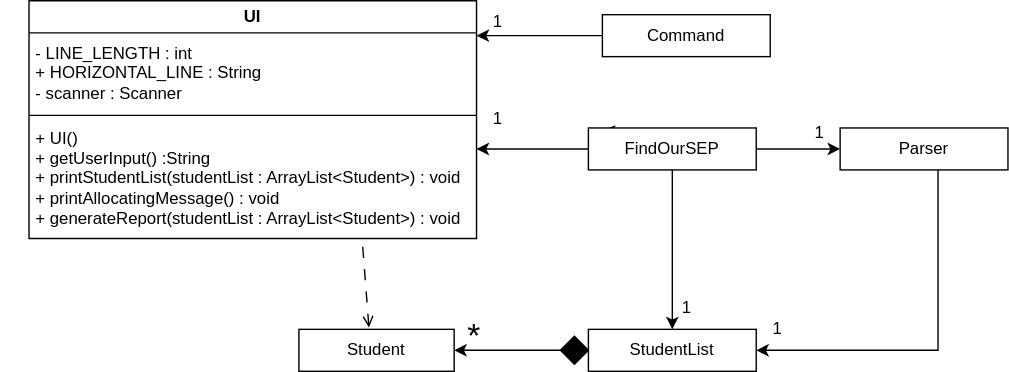
Earlier version of the draw.io export docs/UML_Diagrams/UIClass.drawio.svg (paulktham/tp). Source tidied: cells renumbered, new cells last; positions are measured from the earlier drawing's top-left corner, leaving out a move shared by most shapes.
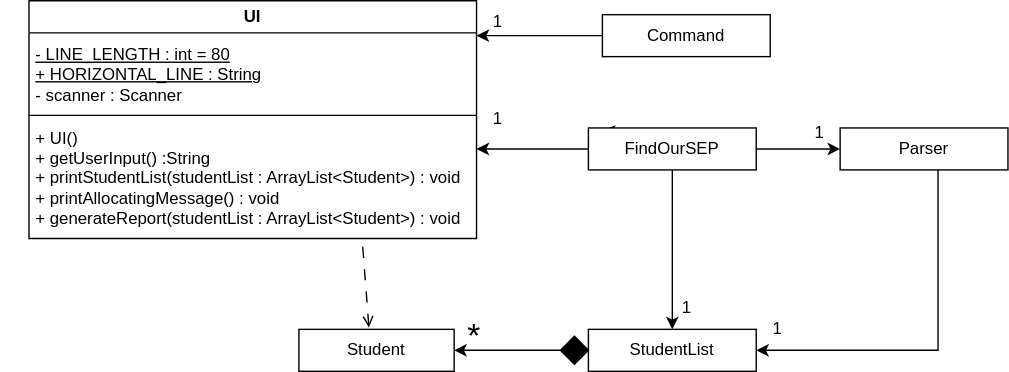
After the change.

Commit message:
Add underlines for static variables

Diff of the diagram source:
```diff
@@ -14,8 +14,8 @@
         <mxPoint x="340" y="82" as="targetPoint" />
       </mxGeometry>
     </mxCell>
-    <mxCell id="5" value="- LINE_LENGTH : int&lt;br&gt;+ HORIZONTAL_LINE : String&lt;br&gt;- scanner : Scanner" style="text;html=1;align=left;verticalAlign=middle;" parent="2" vertex="1">
-      <mxGeometry x="23" y="22" width="190" height="60" as="geometry" />
+    <mxCell id="5" value="&lt;u&gt;- LINE_LENGTH : int = 80&lt;br&gt;+ HORIZONTAL_LINE : String&lt;br&gt;&lt;/u&gt;- scanner : Scanner" style="text;html=1;align=left;verticalAlign=middle;" parent="2" vertex="1">
+      <mxGeometry x="23" y="25" width="180" height="55" as="geometry" />
     </mxCell>
     <mxCell id="6" value="+ UI()&lt;br&gt;+ getUserInput() :String&lt;br&gt;+ printStudentList(studentList : ArrayList&amp;lt;Student&amp;gt;) : void&lt;br&gt;+ printAllocatingMessage() : void&lt;br&gt;+ generateReport(studentList : ArrayList&amp;lt;Student&amp;gt;) : void" style="text;html=1;align=left;verticalAlign=middle;points=[];" parent="2" vertex="1">
       <mxGeometry x="23" y="82" width="330" height="90" as="geometry" />
```
